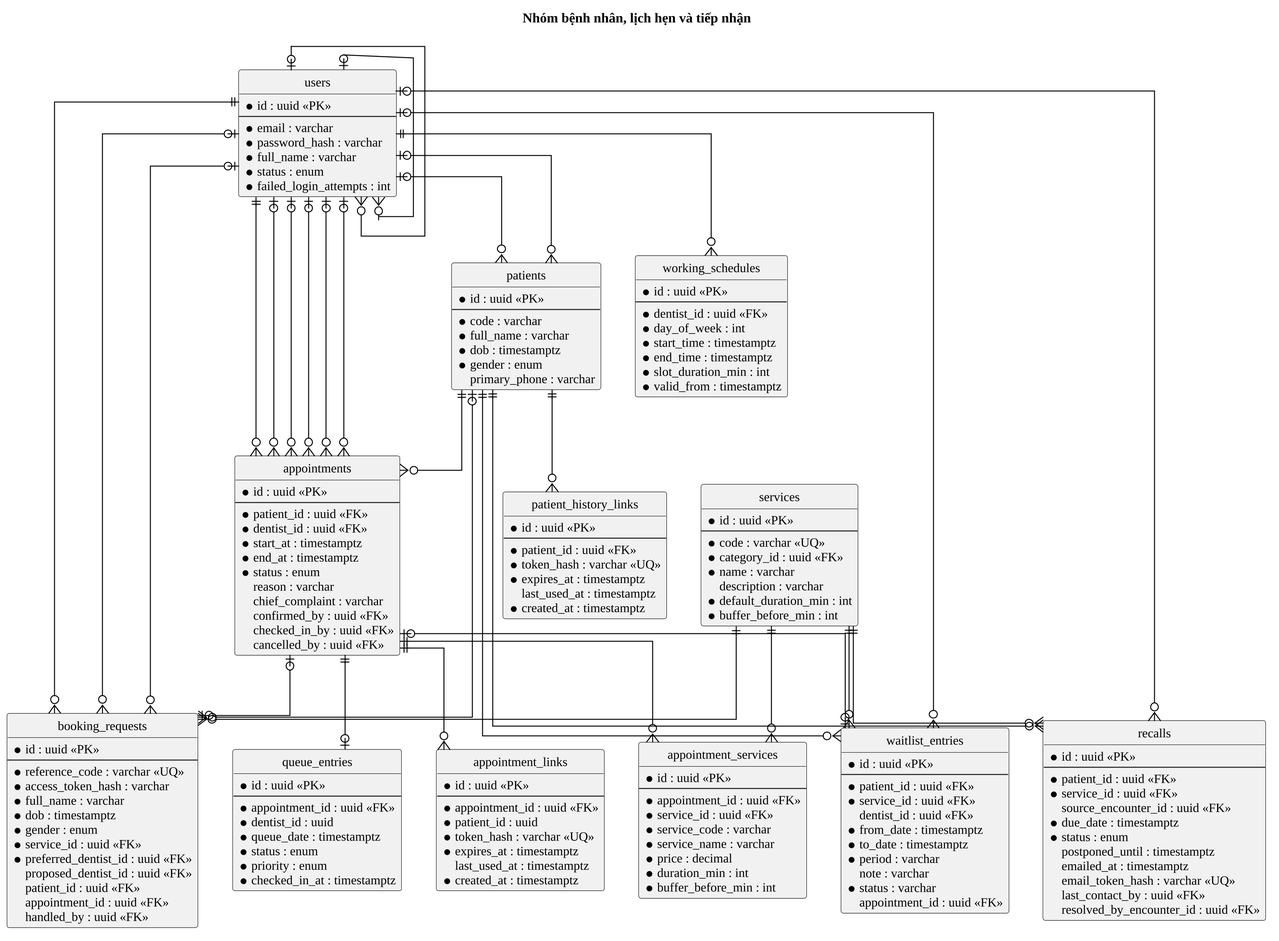
This is docs/10_Thesis/bao-cao/hinh/3-2-erd-benh-nhan-lich-hen.png from Trantuan0310/dental-clinic-nestjs-react, a PlantUML export, as it was before one commit.
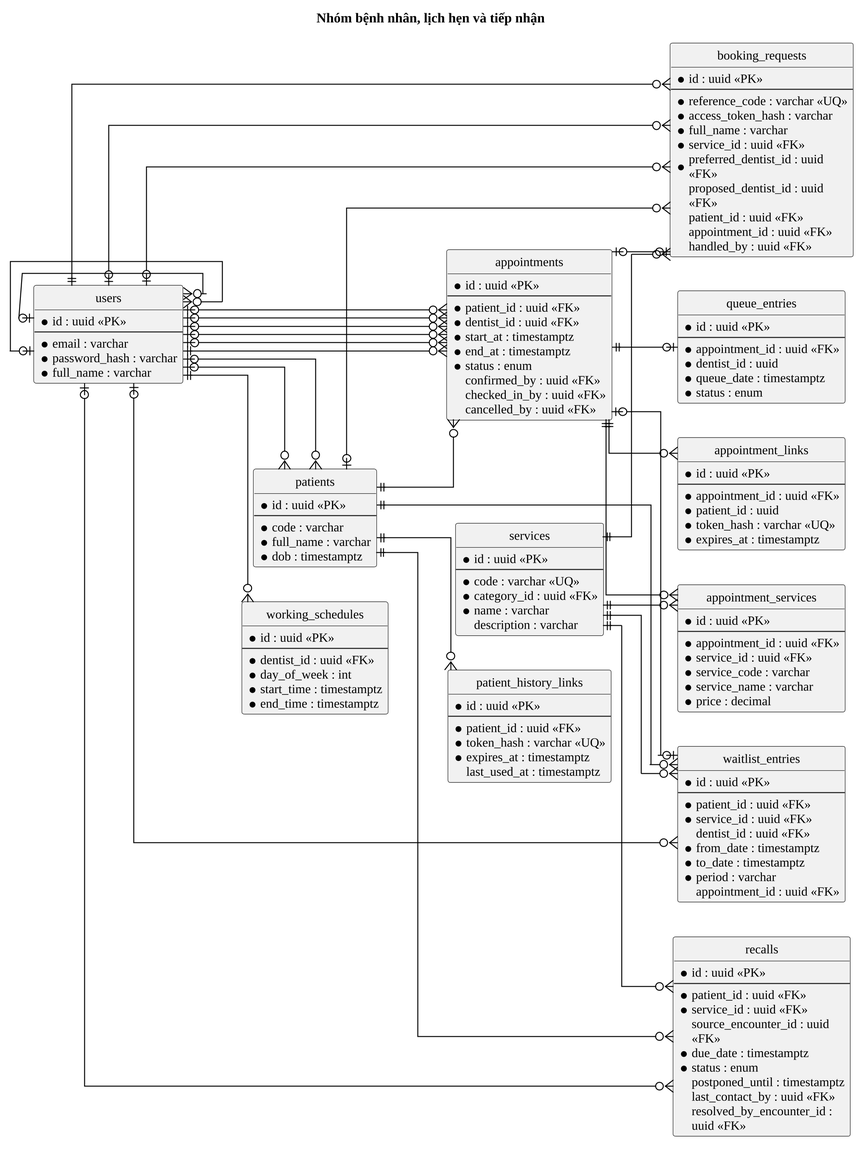
The same diagram one commit later.

Diff of the diagram source:
```diff
@@ -2,6 +2,7 @@
 !include _kieu.iuml
 hide circle
 skinparam linetype ortho
+left to right direction
 skinparam defaultFontSize 13
 title Nhóm bệnh nhân, lịch hẹn và tiếp nhận
 
@@ -11,8 +12,6 @@
   * code : varchar
   * full_name : varchar
   * dob : timestamptz
-  * gender : enum
-  primary_phone : varchar
 }
 entity "appointments" as Appointment {
   * id : uuid <<PK>>
@@ -22,8 +21,6 @@
   * start_at : timestamptz
   * end_at : timestamptz
   * status : enum
-  reason : varchar
-  chief_complaint : varchar
   confirmed_by : uuid <<FK>>
   checked_in_by : uuid <<FK>>
   cancelled_by : uuid <<FK>>
@@ -36,8 +33,6 @@
   * service_code : varchar
   * service_name : varchar
   * price : decimal
-  * duration_min : int
-  * buffer_before_min : int
 }
 entity "services" as Service {
   * id : uuid <<PK>>
@@ -46,8 +41,6 @@
   * category_id : uuid <<FK>>
   * name : varchar
   description : varchar
-  * default_duration_min : int
-  * buffer_before_min : int
 }
 entity "booking_requests" as BookingRequest {
   * id : uuid <<PK>>
@@ -55,8 +48,6 @@
   * reference_code : varchar <<UQ>>
   * access_token_hash : varchar
   * full_name : varchar
-  * dob : timestamptz
-  * gender : enum
   * service_id : uuid <<FK>>
   * preferred_dentist_id : uuid <<FK>>
   proposed_dentist_id : uuid <<FK>>
@@ -71,8 +62,6 @@
   * dentist_id : uuid
   * queue_date : timestamptz
   * status : enum
-  * priority : enum
-  * checked_in_at : timestamptz
 }
 entity "working_schedules" as WorkingSchedule {
   * id : uuid <<PK>>
@@ -81,8 +70,6 @@
   * day_of_week : int
   * start_time : timestamptz
   * end_time : timestamptz
-  * slot_duration_min : int
-  * valid_from : timestamptz
 }
 entity "appointment_links" as AppointmentLink {
   * id : uuid <<PK>>
@@ -91,8 +78,6 @@
   * patient_id : uuid
   * token_hash : varchar <<UQ>>
   * expires_at : timestamptz
-  last_used_at : timestamptz
-  * created_at : timestamptz
 }
 entity "patient_history_links" as PatientHistoryLink {
   * id : uuid <<PK>>
@@ -101,7 +86,6 @@
   * token_hash : varchar <<UQ>>
   * expires_at : timestamptz
   last_used_at : timestamptz
-  * created_at : timestamptz
 }
 entity "waitlist_entries" as WaitlistEntry {
   * id : uuid <<PK>>
@@ -112,8 +96,6 @@
   * from_date : timestamptz
   * to_date : timestamptz
   * period : varchar
-  note : varchar
-  * status : varchar
   appointment_id : uuid <<FK>>
 }
 entity "recalls" as Recall {
@@ -125,8 +107,6 @@
   * due_date : timestamptz
   * status : enum
   postponed_until : timestamptz
-  emailed_at : timestamptz
-  email_token_hash : varchar <<UQ>>
   last_contact_by : uuid <<FK>>
   resolved_by_encounter_id : uuid <<FK>>
 }
@@ -136,8 +116,6 @@
   * email : varchar
   * password_hash : varchar
   * full_name : varchar
-  * status : enum
-  * failed_login_attempts : int
 }
 
 User |o--o{ Patient
```
